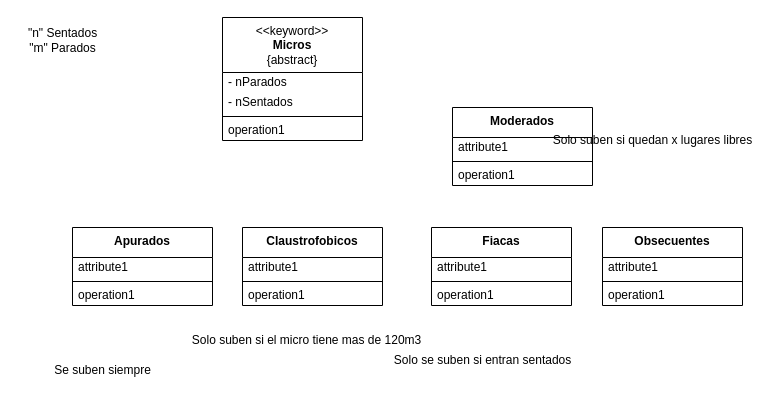
Above: src/Micros/EJMicros.dio in gastonjavierricchiardi/ejercicios-csharp-utn-2026 (draw.io), before the change. Source tidied: cells renumbered, new cells numbered last; positions are measured from the earlier drawing's top-left corner, leaving out a move shared by most shapes. Both pictures are drawn from the tidied source at 100%, with x=0, y=0 at pixel (17, 17).
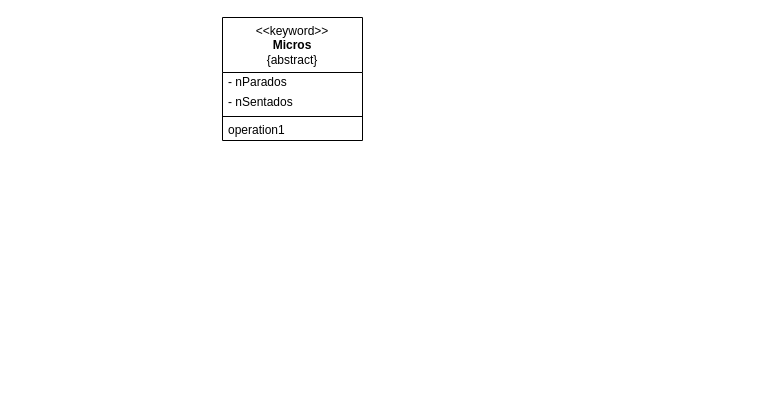
The same diagram, later.

Diff of the diagram source:
```diff
@@
-    <mxCell id="7" value="&quot;n&quot; Sentados&lt;div&gt;&quot;m&quot; Parados&lt;/div&gt;" style="text;html=1;align=center;verticalAlign=middle;strokeColor=none;fillColor=none;" parent="1" vertex="1">
-      <mxGeometry y="3" width="90" height="40" as="geometry" />
-    </mxCell>
-    <mxCell id="8" value="&lt;b&gt;Apurados&lt;/b&gt;" style="swimlane;fontStyle=0;align=center;verticalAlign=top;horizontal=1;startSize=30;html=1;whiteSpace=wrap;" parent="1" vertex="1">
-      <mxGeometry x="55" y="210" width="140" height="78" as="geometry" />
-    </mxCell>
-    <mxCell id="9" value="attribute1" style="text;html=1;strokeColor=none;fillColor=none;align=left;verticalAlign=middle;spacingLeft=4;spacingRight=4;overflow=hidden;whiteSpace=wrap;" parent="8" vertex="1">
-      <mxGeometry y="30" width="140" height="20" as="geometry" />
-    </mxCell>
-    <mxCell id="10" style="line;strokeWidth=1;fillColor=none;align=left;verticalAlign=middle;spacingTop=-1;spacingLeft=3;spacingRight=3;labelPosition=right;" parent="8" vertex="1">
-      <mxGeometry y="50" width="140" height="8" as="geometry" />
-    </mxCell>
-    <mxCell id="11" value="operation1" style="text;html=1;strokeColor=none;fillColor=none;align=left;verticalAlign=middle;spacingLeft=4;spacingRight=4;overflow=hidden;whiteSpace=wrap;" parent="8" vertex="1">
-      <mxGeometry y="58" width="140" height="20" as="geometry" />
-    </mxCell>
-    <mxCell id="12" value="Se suben siempre" style="text;html=1;align=center;verticalAlign=middle;strokeColor=none;fillColor=none;" parent="1" vertex="1">
-      <mxGeometry x="25" y="338" width="120" height="30" as="geometry" />
-    </mxCell>
-    <mxCell id="13" value="&lt;b&gt;Claustrofobicos&lt;/b&gt;" style="swimlane;fontStyle=0;align=center;verticalAlign=top;horizontal=1;startSize=30;html=1;whiteSpace=wrap;" parent="1" vertex="1">
-      <mxGeometry x="225" y="210" width="140" height="78" as="geometry" />
-    </mxCell>
-    <mxCell id="14" value="attribute1" style="text;html=1;strokeColor=none;fillColor=none;align=left;verticalAlign=middle;spacingLeft=4;spacingRight=4;overflow=hidden;whiteSpace=wrap;" parent="13" vertex="1">
-      <mxGeometry y="30" width="140" height="20" as="geometry" />
-    </mxCell>
-    <mxCell id="15" style="line;strokeWidth=1;fillColor=none;align=left;verticalAlign=middle;spacingTop=-1;spacingLeft=3;spacingRight=3;labelPosition=right;" parent="13" vertex="1">
-      <mxGeometry y="50" width="140" height="8" as="geometry" />
-    </mxCell>
-    <mxCell id="16" value="operation1" style="text;html=1;strokeColor=none;fillColor=none;align=left;verticalAlign=middle;spacingLeft=4;spacingRight=4;overflow=hidden;whiteSpace=wrap;" parent="13" vertex="1">
-      <mxGeometry y="58" width="140" height="20" as="geometry" />
-    </mxCell>
-    <mxCell id="17" value="Solo suben si el micro tiene mas de 120m3" style="text;html=1;align=center;verticalAlign=middle;strokeColor=none;fillColor=none;" parent="1" vertex="1">
-      <mxGeometry x="164" y="308" width="250" height="30" as="geometry" />
-    </mxCell>
-    <mxCell id="18" value="&lt;b&gt;Fiacas&lt;/b&gt;" style="swimlane;fontStyle=0;align=center;verticalAlign=top;horizontal=1;startSize=30;html=1;whiteSpace=wrap;" parent="1" vertex="1">
-      <mxGeometry x="414" y="210" width="140" height="78" as="geometry" />
-    </mxCell>
-    <mxCell id="19" value="attribute1" style="text;html=1;strokeColor=none;fillColor=none;align=left;verticalAlign=middle;spacingLeft=4;spacingRight=4;overflow=hidden;whiteSpace=wrap;" parent="18" vertex="1">
-      <mxGeometry y="30" width="140" height="20" as="geometry" />
-    </mxCell>
-    <mxCell id="20" style="line;strokeWidth=1;fillColor=none;align=left;verticalAlign=middle;spacingTop=-1;spacingLeft=3;spacingRight=3;labelPosition=right;" parent="18" vertex="1">
-      <mxGeometry y="50" width="140" height="8" as="geometry" />
-    </mxCell>
-    <mxCell id="21" value="operation1" style="text;html=1;strokeColor=none;fillColor=none;align=left;verticalAlign=middle;spacingLeft=4;spacingRight=4;overflow=hidden;whiteSpace=wrap;" parent="18" vertex="1">
-      <mxGeometry y="58" width="140" height="20" as="geometry" />
-    </mxCell>
-    <mxCell id="22" value="Solo se suben si entran sentados" style="text;html=1;align=center;verticalAlign=middle;strokeColor=none;fillColor=none;" parent="1" vertex="1">
-      <mxGeometry x="365" y="328" width="200" height="30" as="geometry" />
-    </mxCell>
-    <mxCell id="23" value="&lt;b&gt;Moderados&lt;/b&gt;" style="swimlane;fontStyle=0;align=center;verticalAlign=top;horizontal=1;startSize=30;html=1;whiteSpace=wrap;" parent="1" vertex="1">
-      <mxGeometry x="435" y="90" width="140" height="78" as="geometry" />
-    </mxCell>
-    <mxCell id="24" value="attribute1" style="text;html=1;strokeColor=none;fillColor=none;align=left;verticalAlign=middle;spacingLeft=4;spacingRight=4;overflow=hidden;whiteSpace=wrap;" parent="23" vertex="1">
-      <mxGeometry y="30" width="140" height="20" as="geometry" />
-    </mxCell>
-    <mxCell id="25" style="line;strokeWidth=1;fillColor=none;align=left;verticalAlign=middle;spacingTop=-1;spacingLeft=3;spacingRight=3;labelPosition=right;" parent="23" vertex="1">
-      <mxGeometry y="50" width="140" height="8" as="geometry" />
-    </mxCell>
-    <mxCell id="26" value="operation1" style="text;html=1;strokeColor=none;fillColor=none;align=left;verticalAlign=middle;spacingLeft=4;spacingRight=4;overflow=hidden;whiteSpace=wrap;" parent="23" vertex="1">
-      <mxGeometry y="58" width="140" height="20" as="geometry" />
-    </mxCell>
-    <mxCell id="27" value="Solo suben si quedan x lugares libres" style="text;html=1;align=center;verticalAlign=middle;strokeColor=none;fillColor=none;" parent="1" vertex="1">
-      <mxGeometry x="525" y="108" width="220" height="30" as="geometry" />
-    </mxCell>
-    <mxCell id="28" value="&lt;b&gt;Obsecuentes&lt;/b&gt;" style="swimlane;fontStyle=0;align=center;verticalAlign=top;horizontal=1;startSize=30;html=1;whiteSpace=wrap;" parent="1" vertex="1">
-      <mxGeometry x="585" y="210" width="140" height="78" as="geometry" />
-    </mxCell>
-    <mxCell id="29" value="attribute1" style="text;html=1;strokeColor=none;fillColor=none;align=left;verticalAlign=middle;spacingLeft=4;spacingRight=4;overflow=hidden;whiteSpace=wrap;" parent="28" vertex="1">
-      <mxGeometry y="30" width="140" height="20" as="geometry" />
-    </mxCell>
-    <mxCell id="30" style="line;strokeWidth=1;fillColor=none;align=left;verticalAlign=middle;spacingTop=-1;spacingLeft=3;spacingRight=3;labelPosition=right;" parent="28" vertex="1">
-      <mxGeometry y="50" width="140" height="8" as="geometry" />
-    </mxCell>
-    <mxCell id="31" value="operation1" style="text;html=1;strokeColor=none;fillColor=none;align=left;verticalAlign=middle;spacingLeft=4;spacingRight=4;overflow=hidden;whiteSpace=wrap;" parent="28" vertex="1">
-      <mxGeometry y="58" width="140" height="20" as="geometry" />
-    </mxCell>
```
